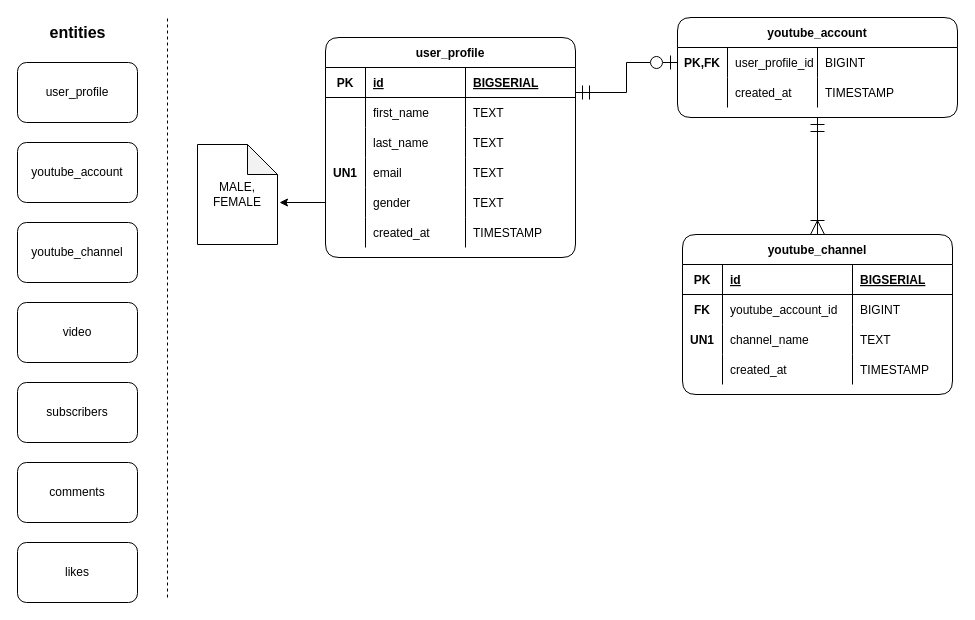
The draw.io diagram erd-course.drawio in teekaygithub/erd-course, before the edit. Source tidied: cells renumbered, new cells numbered last; positions are measured from the earlier drawing's top-left corner, leaving out a move shared by most shapes. Both pictures are drawn from the tidied source at 100%, with x=0, y=0 at pixel (17, 17).
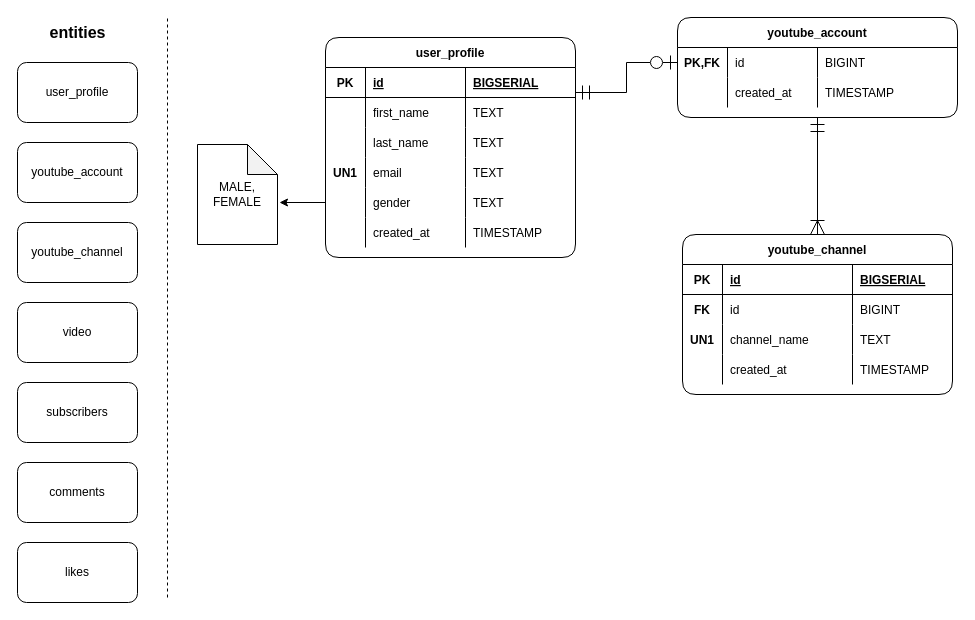
The same page after the edit.

Commit message:
Updated YT account ID column name for clarity

Unchanged cells that the change refers to:
```xml
<mxCell id="41" style="shape=tableRow;horizontal=0;startSize=0;swimlaneHead=0;swimlaneBody=0;fillColor=none;points=[[0,0.5],[1,0.5]];portConstraint=eastwest;top=0;left=0;right=0;bottom=0;" parent="40" vertex="1">
  <mxGeometry y="30" width="280" height="30" as="geometry" />
</mxCell>
<mxCell id="54" style="shape=tableRow;horizontal=0;startSize=0;swimlaneHead=0;swimlaneBody=0;fillColor=none;top=0;left=0;right=0;bottom=0;" parent="49" vertex="1">
  <mxGeometry y="60" width="270" height="30" as="geometry" />
</mxCell>
```

The edit, as a diff of the source:
```diff
@@
-    <mxCell id="43" value="user_profile_id" style="shape=partialRectangle;fillColor=none;top=0;left=0;bottom=0;right=0;align=left;spacingLeft=6;overflow=hidden;" parent="41" vertex="1">
+    <mxCell id="43" value="id" style="shape=partialRectangle;fillColor=none;top=0;left=0;bottom=0;right=0;align=left;spacingLeft=6;overflow=hidden;" parent="41" vertex="1">
       <mxGeometry x="50" width="90" height="30" as="geometry" />
     </mxCell>
@@
-    <mxCell id="56" value="youtube_account_id" style="shape=partialRectangle;fillColor=none;top=0;left=0;bottom=0;right=0;align=left;spacingLeft=6;overflow=hidden;" parent="54" vertex="1">
+    <mxCell id="56" value="id" style="shape=partialRectangle;fillColor=none;top=0;left=0;bottom=0;right=0;align=left;spacingLeft=6;overflow=hidden;" parent="54" vertex="1">
       <mxGeometry x="40" width="130" height="30" as="geometry" />
     </mxCell>
```
